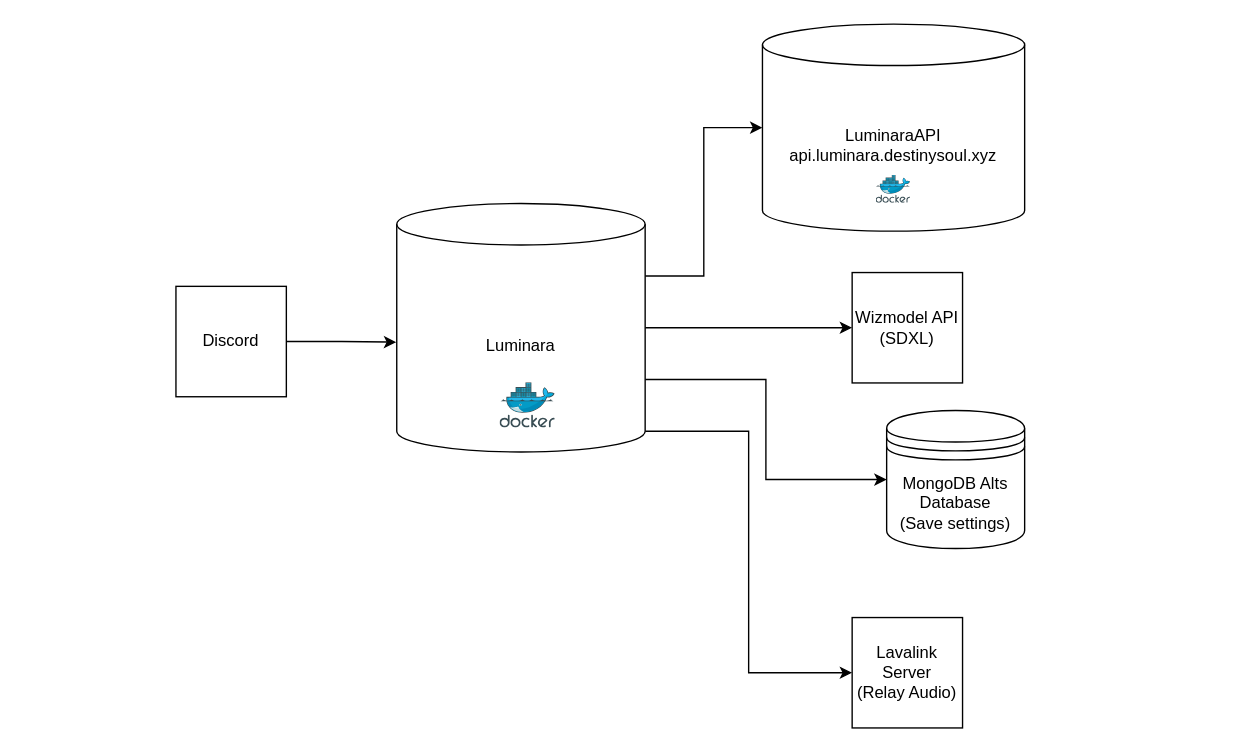
Earlier version of the draw.io diagram Luminara.drawio (EarthlyEric/draw.io). Source tidied: cells renumbered, new cells numbered last; positions are measured from the earlier drawing's top-left corner, leaving out a move shared by most shapes. Both pictures are drawn from the tidied source at 138%, with x=0, y=0 at pixel (175, 23).
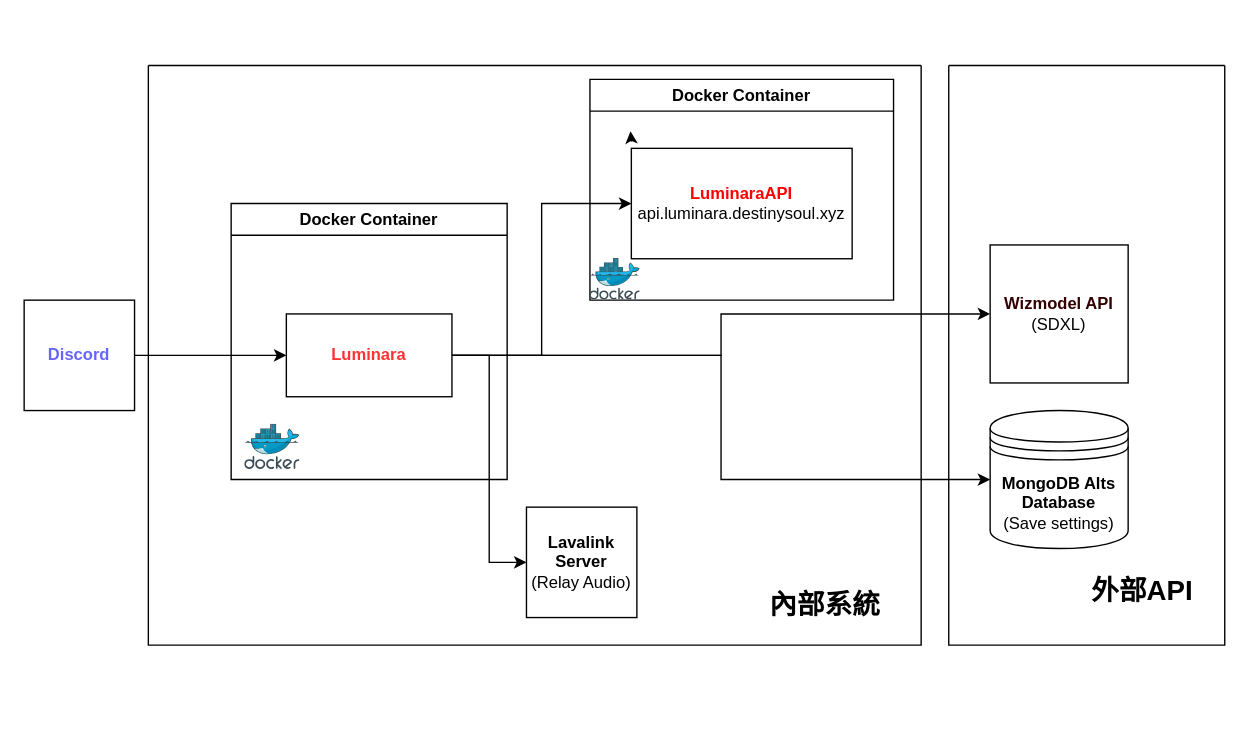
Above is the later version.

Change to the diagram source:
```diff
@@
+    <mxCell id="10" style="edgeStyle=orthogonalEdgeStyle;rounded=0;jettySize=auto;html=1;entryX=0;entryY=0.5;entryDx=0;entryDy=0;" parent="1" edge="1" source="9" target="6">
+      <mxGeometry relative="1" as="geometry" />
+    </mxCell>
+    <mxCell id="9" value="&lt;font color=&quot;#6666ff&quot;&gt;&lt;b&gt;Discord&lt;/b&gt;&lt;/font&gt;" style="whiteSpace=wrap;html=1;" parent="1" vertex="1">
+      <mxGeometry x="-110" y="200" width="80" height="80" as="geometry" />
+    </mxCell>
+    <mxCell id="13" value="&lt;b&gt;MongoDB Alts&lt;/b&gt;&lt;div&gt;&lt;b&gt;Database&lt;br&gt;&lt;/b&gt;(Save settings)&lt;/div&gt;" style="shape=datastore;whiteSpace=wrap;html=1;" parent="1" vertex="1">
+      <mxGeometry x="590" y="280" width="100" height="100" as="geometry" />
+    </mxCell>
+    <mxCell id="15" style="swimlane;startSize=0;" parent="1" vertex="1">
+      <mxGeometry x="-20" y="30" width="560" height="420" as="geometry" />
+    </mxCell>
+    <mxCell id="14" value="&lt;b&gt;Lavalink&lt;br&gt;Server&lt;/b&gt;&lt;br&gt;(Relay Audio)" style="whiteSpace=wrap;html=1;" parent="15" vertex="1">
+      <mxGeometry x="274" y="320" width="80" height="80" as="geometry" />
+    </mxCell>
+    <mxCell id="16" style="edgeStyle=orthogonalEdgeStyle;rounded=0;orthogonalLoop=1;jettySize=auto;html=1;exitX=0;exitY=0;exitDx=0;exitDy=45;exitPerimeter=0;entryX=-0.003;entryY=0.251;entryDx=0;entryDy=0;entryPerimeter=0;" parent="15" edge="1">
+      <mxGeometry relative="1" as="geometry">
+        <mxPoint x="350" y="55" as="sourcePoint" />
+        <mxPoint x="349.4" y="47.6" as="targetPoint" />
+      </mxGeometry>
+    </mxCell>
+    <mxCell id="17" value="Docker Container" style="swimlane;whiteSpace=wrap;html=1;" parent="15" vertex="1">
+      <mxGeometry x="60" y="100" width="200" height="200" as="geometry" />
+    </mxCell>
+    <mxCell id="11" style="image;sketch=0;html=1;align=center;fontSize=12;image=img/lib/mscae/Docker.svg;" parent="17" vertex="1">
+      <mxGeometry x="10" y="160" width="40" height="32.8" as="geometry" />
+    </mxCell>
+    <mxCell id="6" value="&lt;b&gt;&lt;font color=&quot;#ff3333&quot;&gt;Luminara&lt;/font&gt;&lt;/b&gt;" style="whiteSpace=wrap;html=1;" parent="17" vertex="1">
+      <mxGeometry x="40" y="80" width="120" height="60" as="geometry" />
+    </mxCell>
+    <mxCell id="5" style="edgeStyle=orthogonalEdgeStyle;rounded=0;jettySize=auto;html=1;entryX=0;entryY=0.5;entryDx=0;entryDy=0;" parent="15" edge="1" source="6" target="14">
+      <mxGeometry relative="1" as="geometry" />
+    </mxCell>
+    <mxCell id="18" value="Docker Container" style="swimlane;whiteSpace=wrap;html=1;" parent="15" vertex="1">
+      <mxGeometry x="320" y="10" width="220" height="160" as="geometry" />
+    </mxCell>
+    <mxCell id="7" value="&lt;font color=&quot;#ff0000&quot;&gt;&lt;b&gt;LuminaraAPI&lt;/b&gt;&lt;/font&gt;&lt;br&gt;api.luminara.destinysoul.xyz" style="whiteSpace=wrap;html=1;" parent="18" vertex="1">
+      <mxGeometry x="30" y="50" width="160" height="80" as="geometry" />
+    </mxCell>
+    <mxCell id="19" style="image;sketch=0;html=1;align=center;fontSize=12;image=img/lib/mscae/Docker.svg;" parent="18" vertex="1">
+      <mxGeometry y="130" width="36.6" height="30" as="geometry" />
+    </mxCell>
+    <mxCell id="4" style="edgeStyle=orthogonalEdgeStyle;rounded=0;jettySize=auto;html=1;entryX=0;entryY=0.5;entryDx=0;entryDy=0;" parent="15" edge="1" source="6" target="7">
+      <mxGeometry relative="1" as="geometry" />
+    </mxCell>
+    <mxCell id="20" value="&lt;font style=&quot;font-size: 20px;&quot;&gt;&lt;b&gt;內部系統&lt;/b&gt;&lt;/font&gt;" style="text;html=1;align=center;verticalAlign=middle;strokeColor=none;fillColor=none;" parent="15" vertex="1">
+      <mxGeometry x="440" y="370" width="100" height="40" as="geometry" />
+    </mxCell>
-    <mxCell id="2" style="edgeStyle=orthogonalEdgeStyle;rounded=0;jettySize=auto;html=1;entryX=0;entryY=0.5;entryDx=0;entryDy=0;" parent="1" edge="1" source="6" target="8">
+    <mxCell id="2" style="edgeStyle=orthogonalEdgeStyle;rounded=0;jettySize=auto;html=1;exitX=1;exitY=0.5;exitDx=0;exitDy=0;" parent="1" edge="1" source="6" target="8">
       <mxGeometry relative="1" as="geometry" />
     </mxCell>
-    <mxCell id="3" style="edgeStyle=orthogonalEdgeStyle;rounded=0;jettySize=auto;html=1;exitX=1;exitY=0;exitDx=0;exitDy=127.5;exitPerimeter=0;entryX=0;entryY=0.5;entryDx=0;entryDy=0;" parent="1" edge="1" source="6" target="13">
+    <mxCell id="3" style="edgeStyle=orthogonalEdgeStyle;rounded=0;jettySize=auto;html=1;exitX=1;exitY=0.5;exitDx=0;exitDy=0;entryX=0;entryY=0.5;entryDx=0;entryDy=0;" parent="1" edge="1" source="6" target="13">
       <mxGeometry relative="1" as="geometry" />
     </mxCell>
-    <mxCell id="4" style="edgeStyle=orthogonalEdgeStyle;rounded=0;jettySize=auto;html=1;exitX=1;exitY=0;exitDx=0;exitDy=52.5;exitPerimeter=0;" parent="1" edge="1" source="6" target="7">
-      <mxGeometry relative="1" as="geometry" />
-    </mxCell>
-    <mxCell id="5" style="edgeStyle=orthogonalEdgeStyle;rounded=0;jettySize=auto;html=1;exitX=1;exitY=1;exitDx=0;exitDy=-15;exitPerimeter=0;entryX=0;entryY=0.5;entryDx=0;entryDy=0;" parent="1" edge="1" source="6" target="14">
-      <mxGeometry relative="1" as="geometry" />
-    </mxCell>
-    <mxCell id="6" value="Luminara" style="shape=cylinder3;whiteSpace=wrap;html=1;boundedLbl=1;backgroundOutline=1;size=15;" parent="1" vertex="1">
-      <mxGeometry x="160" y="130" width="180" height="180" as="geometry" />
-    </mxCell>
-    <mxCell id="7" value="LuminaraAPI&lt;br&gt;api.luminara.destinysoul.xyz" style="shape=cylinder3;whiteSpace=wrap;html=1;boundedLbl=1;backgroundOutline=1;size=15;" parent="1" vertex="1">
-      <mxGeometry x="425" width="190" height="150" as="geometry" />
-    </mxCell>
+    <mxCell id="21" style="swimlane;startSize=0;" parent="1" vertex="1">
+      <mxGeometry x="560" y="30" width="200" height="420" as="geometry" />
+    </mxCell>
+    <mxCell id="22" value="&lt;font style=&quot;font-size: 20px;&quot;&gt;&lt;b&gt;外部API&lt;/b&gt;&lt;/font&gt;" style="text;html=1;align=center;verticalAlign=middle;strokeColor=none;fillColor=none;" parent="21" vertex="1">
+      <mxGeometry x="90" y="360" width="100" height="40" as="geometry" />
+    </mxCell>
-    <mxCell id="8" value="Wizmodel API&lt;br&gt;(SDXL)" style="whiteSpace=wrap;html=1;" parent="1" vertex="1">
-      <mxGeometry x="490" y="180" width="80" height="80" as="geometry" />
+    <mxCell id="8" value="&lt;b&gt;&lt;font color=&quot;#330000&quot;&gt;Wizmodel API&lt;/font&gt;&lt;/b&gt;&lt;br&gt;(SDXL)" style="whiteSpace=wrap;html=1;" parent="21" vertex="1">
+      <mxGeometry x="30" y="130" width="100" height="100" as="geometry" />
     </mxCell>
-    <mxCell id="9" value="Discord" style="whiteSpace=wrap;html=1;" parent="1" vertex="1">
-      <mxGeometry y="190" width="80" height="80" as="geometry" />
-    </mxCell>
-    <mxCell id="10" style="edgeStyle=orthogonalEdgeStyle;rounded=0;jettySize=auto;html=1;entryX=-0.002;entryY=0.558;entryDx=0;entryDy=0;entryPerimeter=0;" parent="1" edge="1" source="9" target="6">
-      <mxGeometry relative="1" as="geometry" />
-    </mxCell>
-    <mxCell id="11" style="image;sketch=0;html=1;align=center;fontSize=12;image=img/lib/mscae/Docker.svg;" parent="1" vertex="1">
-      <mxGeometry x="235" y="260" width="40" height="32.8" as="geometry" />
-    </mxCell>
-    <mxCell id="12" style="image;sketch=0;html=1;align=center;fontSize=12;image=img/lib/mscae/Docker.svg;" parent="1" vertex="1">
-      <mxGeometry x="507.5" y="109.5" width="25" height="20.5" as="geometry" />
-    </mxCell>
-    <mxCell id="13" value="MongoDB Alts&lt;div&gt;Database&lt;br&gt;(Save settings)&lt;/div&gt;" style="shape=datastore;whiteSpace=wrap;html=1;" parent="1" vertex="1">
-      <mxGeometry x="515" y="280" width="100" height="100" as="geometry" />
-    </mxCell>
-    <mxCell id="14" value="Lavalink&lt;br&gt;Server&lt;br&gt;(Relay Audio)" style="whiteSpace=wrap;html=1;" parent="1" vertex="1">
-      <mxGeometry x="490" y="430" width="80" height="80" as="geometry" />
-    </mxCell>
```
